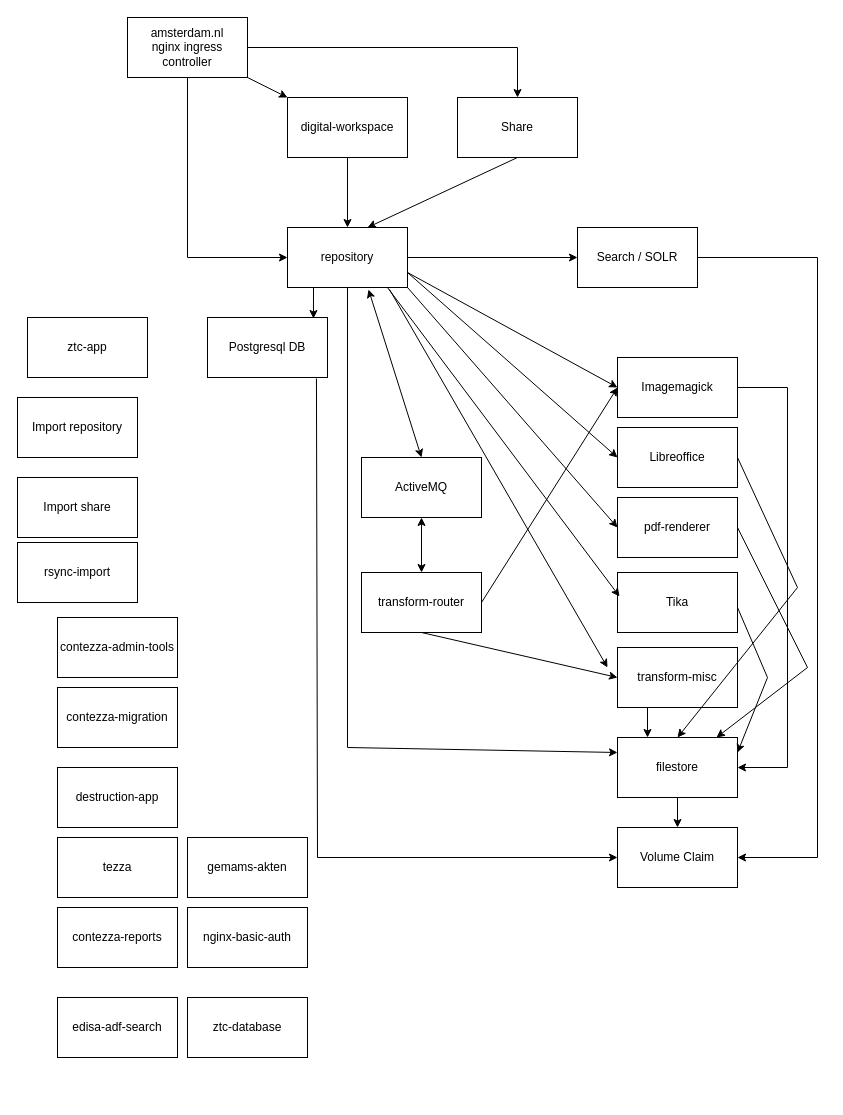
This is Untitled Diagram.drawio from lobbrecht-capgemini/charts, a draw.io file, before an edit. Source tidied: cells renumbered, new cells numbered last; positions are measured from the earlier drawing's top-left corner, leaving out a move shared by most shapes. Both pictures are drawn from the tidied source at 100%, with x=0, y=0 at pixel (17, 17).
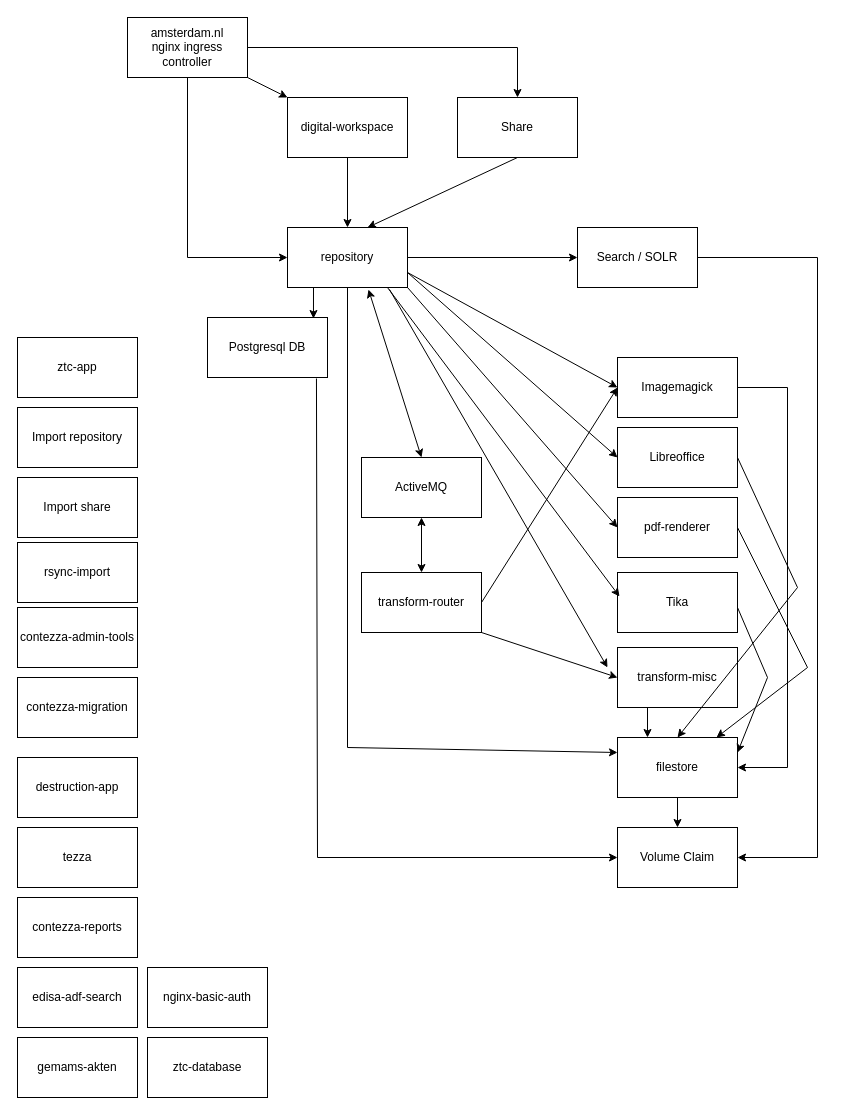
The same diagram, later.

Unchanged cells that the change refers to:
```xml
<mxCell id="13" value="transform-misc" style="rounded=0;whiteSpace=wrap;html=1;" parent="1" vertex="1">
  <mxGeometry x="600" y="630" width="120" height="60" as="geometry" />
</mxCell>
<mxCell id="14" value="transform-router" style="rounded=0;whiteSpace=wrap;html=1;" parent="1" vertex="1">
  <mxGeometry x="344" y="555" width="120" height="60" as="geometry" />
</mxCell>
```

What changed in the source:
```diff
@@
     <mxCell id="4" value="Import repository" style="rounded=0;whiteSpace=wrap;html=1;" parent="1" vertex="1">
-      <mxGeometry y="380" width="120" height="60" as="geometry" />
+      <mxGeometry y="390" width="120" height="60" as="geometry" />
     </mxCell>
@@
     <mxCell id="16" value="contezza-admin-tools" style="rounded=0;whiteSpace=wrap;html=1;" parent="1" vertex="1">
-      <mxGeometry x="40" y="600" width="120" height="60" as="geometry" />
+      <mxGeometry y="590" width="120" height="60" as="geometry" />
     </mxCell>
     <mxCell id="17" value="contezza-migration" style="rounded=0;whiteSpace=wrap;html=1;" parent="1" vertex="1">
-      <mxGeometry x="40" y="670" width="120" height="60" as="geometry" />
+      <mxGeometry y="660" width="120" height="60" as="geometry" />
     </mxCell>
     <mxCell id="18" value="destruction-app" style="rounded=0;whiteSpace=wrap;html=1;" parent="1" vertex="1">
-      <mxGeometry x="40" y="750" width="120" height="60" as="geometry" />
+      <mxGeometry y="740" width="120" height="60" as="geometry" />
     </mxCell>
@@
     <mxCell id="20" value="edisa-adf-search" style="rounded=0;whiteSpace=wrap;html=1;" parent="1" vertex="1">
-      <mxGeometry x="40" y="980" width="120" height="60" as="geometry" />
+      <mxGeometry y="950" width="120" height="60" as="geometry" />
     </mxCell>
     <mxCell id="21" value="gemams-akten" style="rounded=0;whiteSpace=wrap;html=1;" parent="1" vertex="1">
-      <mxGeometry x="170" y="820" width="120" height="60" as="geometry" />
+      <mxGeometry y="1020" width="120" height="60" as="geometry" />
     </mxCell>
     <mxCell id="22" value="contezza-reports" style="rounded=0;whiteSpace=wrap;html=1;" parent="1" vertex="1">
-      <mxGeometry x="40" y="890" width="120" height="60" as="geometry" />
+      <mxGeometry y="880" width="120" height="60" as="geometry" />
     </mxCell>
     <mxCell id="23" value="tezza" style="rounded=0;whiteSpace=wrap;html=1;" parent="1" vertex="1">
-      <mxGeometry x="40" y="820" width="120" height="60" as="geometry" />
+      <mxGeometry y="810" width="120" height="60" as="geometry" />
     </mxCell>
     <mxCell id="24" value="nginx-basic-auth" style="rounded=0;whiteSpace=wrap;html=1;" parent="1" vertex="1">
-      <mxGeometry x="170" y="890" width="120" height="60" as="geometry" />
+      <mxGeometry x="130" y="950" width="120" height="60" as="geometry" />
     </mxCell>
@@
     <mxCell id="26" value="ztc-app" style="rounded=0;whiteSpace=wrap;html=1;" parent="1" vertex="1">
-      <mxGeometry x="10" y="300" width="120" height="60" as="geometry" />
+      <mxGeometry y="320" width="120" height="60" as="geometry" />
     </mxCell>
     <mxCell id="27" value="ztc-database" style="rounded=0;whiteSpace=wrap;html=1;" parent="1" vertex="1">
-      <mxGeometry x="170" y="980" width="120" height="60" as="geometry" />
+      <mxGeometry x="130" y="1020" width="120" height="60" as="geometry" />
     </mxCell>
@@
-    <mxCell id="30" style="endArrow=classic;html=1;rounded=0;exitX=0.5;exitY=1;exitDx=0;exitDy=0;entryX=0;entryY=0.5;entryDx=0;entryDy=0;" parent="1" edge="1" source="14" target="13">
+    <mxCell id="30" style="endArrow=classic;html=1;rounded=0;exitX=1;exitY=1;exitDx=0;exitDy=0;entryX=0;entryY=0.5;entryDx=0;entryDy=0;" parent="1" edge="1" source="14" target="13">
       <mxGeometry relative="1" as="geometry" />
     </mxCell>
```
